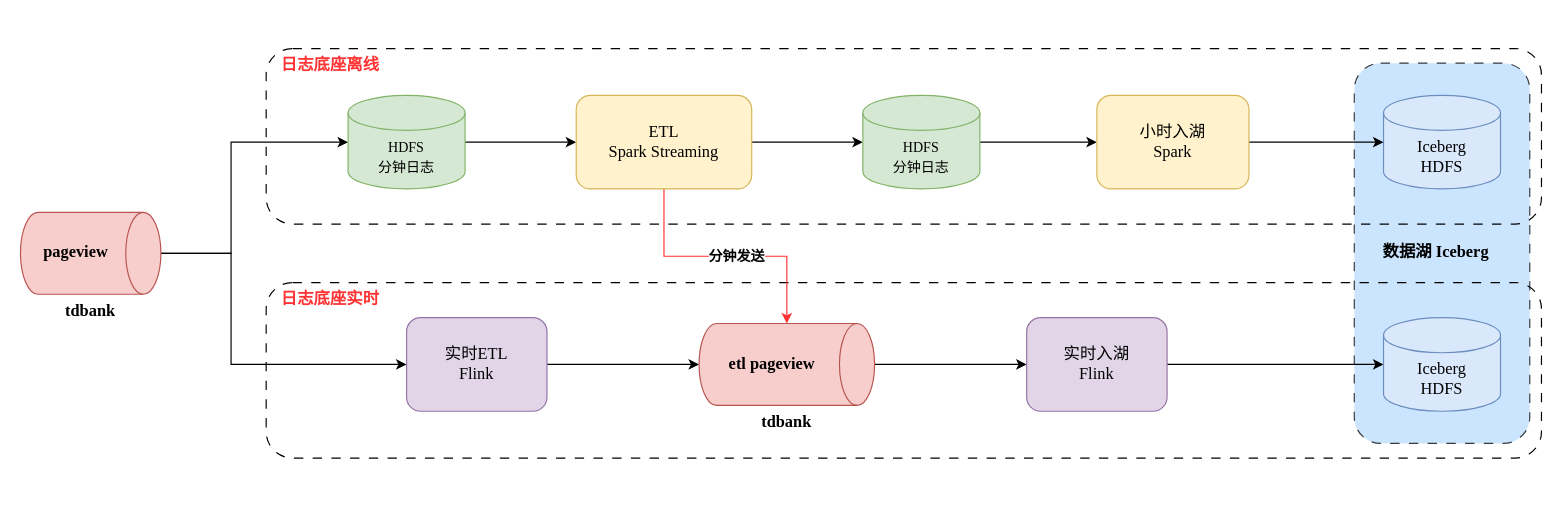
Earlier version of the draw.io diagram etl_pageview_streaming.drawio (WindLeeWT/Misc). Source tidied: cells renumbered, new cells numbered last; positions are measured from the earlier drawing's top-left corner, leaving out a move shared by most shapes. Both pictures are drawn from the tidied source at 117%, with x=0, y=0 at pixel (20, 48).
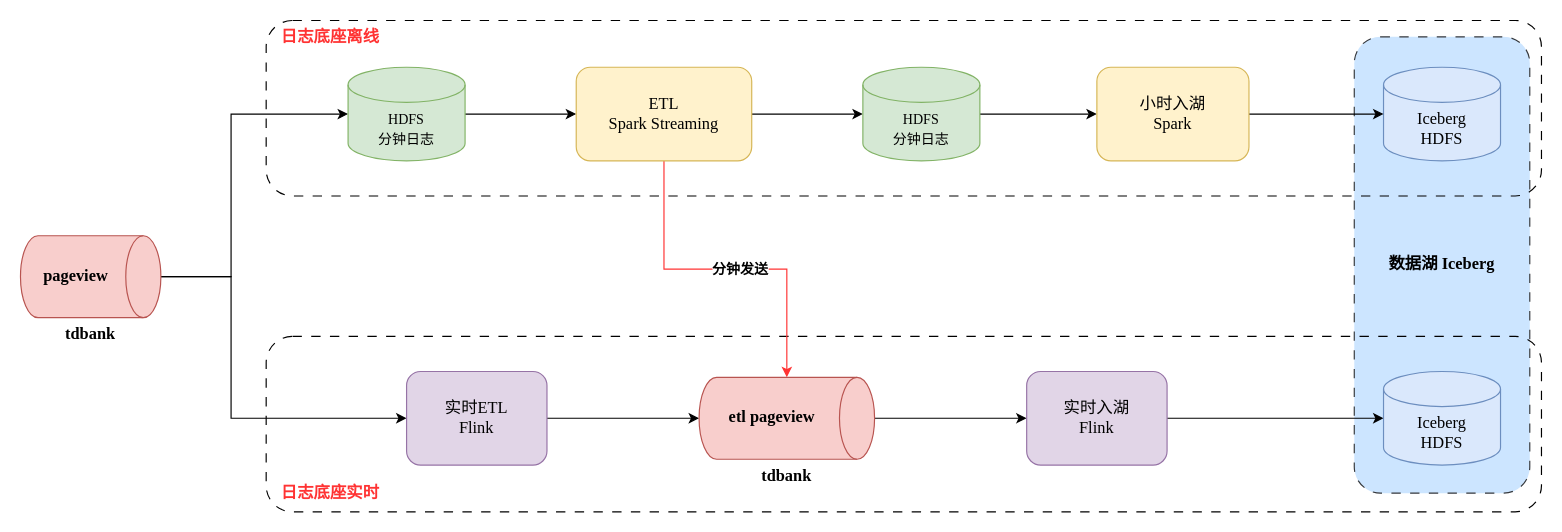
The same diagram, later.

What changed in the source:
```diff
@@
     <mxCell id="2" style="rounded=1;whiteSpace=wrap;html=1;fontFamily=Times New Roman;fontSize=14;fillColor=#cce5ff;dashed=1;dashPattern=8 8;strokeColor=#36393d;" parent="1" vertex="1">
-      <mxGeometry x="1140" y="12.5" width="150" height="325" as="geometry" />
+      <mxGeometry x="1140" y="-10" width="150" height="390" as="geometry" />
     </mxCell>
     <mxCell id="3" style="rounded=1;whiteSpace=wrap;html=1;fontFamily=Times New Roman;fontSize=14;fillColor=none;dashed=1;dashPattern=8 8;" parent="1" vertex="1">
-      <mxGeometry x="210" y="200" width="1090" height="150" as="geometry" />
+      <mxGeometry x="210" y="246" width="1090" height="150" as="geometry" />
     </mxCell>
     <mxCell id="4" style="rounded=1;whiteSpace=wrap;html=1;fontFamily=Times New Roman;fontSize=14;fillColor=none;dashed=1;dashPattern=8 8;" parent="1" vertex="1">
-      <mxGeometry x="210" width="1090" height="150" as="geometry" />
+      <mxGeometry x="210" y="-24" width="1090" height="150" as="geometry" />
     </mxCell>
-    <mxCell id="5" style="edgeStyle=orthogonalEdgeStyle;rounded=0;jettySize=auto;html=1;exitX=0.5;exitY=0;exitDx=0;exitDy=0;exitPerimeter=0;entryX=0;entryY=0.5;entryDx=0;entryDy=0;entryPerimeter=0;fontFamily=Times New Roman;fontSize=14;" parent="1" edge="1" source="7" target="9">
+    <mxCell id="5" style="edgeStyle=orthogonalEdgeStyle;rounded=0;jettySize=auto;html=1;exitX=0.5;exitY=0;exitDx=0;exitDy=0;exitPerimeter=0;entryX=0;entryY=0.5;entryDx=0;entryDy=0;entryPerimeter=0;strokeColor=#000000;fontFamily=Georgia;fontSize=12;fontColor=#000000;" parent="1" edge="1" source="7" target="9">
       <mxGeometry relative="1" as="geometry">
         <Array as="points">
-          <mxPoint x="180" y="175" />
-          <mxPoint x="180" y="80" />
+          <mxPoint x="180" y="195" />
+          <mxPoint x="180" y="56" />
         </Array>
       </mxGeometry>
     </mxCell>
-    <mxCell id="6" style="edgeStyle=orthogonalEdgeStyle;rounded=0;jettySize=auto;html=1;exitX=0.5;exitY=0;exitDx=0;exitDy=0;exitPerimeter=0;entryX=0;entryY=0.5;entryDx=0;entryDy=0;fontFamily=Times New Roman;fontSize=14;fontColor=#FF3333;" parent="1" edge="1" source="7" target="21">
+    <mxCell id="6" style="edgeStyle=orthogonalEdgeStyle;rounded=0;jettySize=auto;html=1;exitX=0.5;exitY=0;exitDx=0;exitDy=0;exitPerimeter=0;entryX=0;entryY=0.5;entryDx=0;entryDy=0;strokeColor=#000000;fontFamily=Georgia;fontSize=12;fontColor=#000000;" parent="1" edge="1" source="7" target="21">
       <mxGeometry relative="1" as="geometry">
         <Array as="points">
-          <mxPoint x="180" y="175" />
-          <mxPoint x="180" y="270" />
+          <mxPoint x="180" y="195" />
+          <mxPoint x="180" y="316" />
         </Array>
       </mxGeometry>
     </mxCell>
     <mxCell id="7" value="&lt;font style=&quot;font-size: 14px;&quot; face=&quot;Times New Roman&quot;&gt;&lt;b&gt;pageview&lt;/b&gt;&lt;/font&gt;" style="shape=cylinder3;whiteSpace=wrap;html=1;boundedLbl=1;backgroundOutline=1;size=15;direction=south;fillColor=#f8cecc;strokeColor=#b85450;" parent="1" vertex="1">
-      <mxGeometry y="140" width="120" height="70" as="geometry" />
+      <mxGeometry y="160" width="120" height="70" as="geometry" />
     </mxCell>
@@
     <mxCell id="9" value="&lt;font style=&quot;font-size: 12px;&quot;&gt;HDFS&lt;br&gt;分钟日志&lt;/font&gt;" style="shape=cylinder3;whiteSpace=wrap;html=1;boundedLbl=1;backgroundOutline=1;size=15;fontFamily=Times New Roman;fontSize=14;fillColor=#d5e8d4;strokeColor=#82b366;" parent="1" vertex="1">
-      <mxGeometry x="280" y="40" width="100" height="80" as="geometry" />
+      <mxGeometry x="280" y="16" width="100" height="80" as="geometry" />
     </mxCell>
@@
     <mxCell id="13" value="ETL&lt;br&gt;Spark Streaming" style="rounded=1;whiteSpace=wrap;html=1;fontFamily=Times New Roman;fontSize=14;fillColor=#fff2cc;strokeColor=#d6b656;" parent="1" vertex="1">
-      <mxGeometry x="475" y="40" width="150" height="80" as="geometry" />
+      <mxGeometry x="475" y="16" width="150" height="80" as="geometry" />
     </mxCell>
@@
     <mxCell id="15" value="&lt;font style=&quot;font-size: 12px;&quot;&gt;HDFS&lt;br style=&quot;border-color: var(--border-color);&quot;&gt;分钟日志&lt;/font&gt;" style="shape=cylinder3;whiteSpace=wrap;html=1;boundedLbl=1;backgroundOutline=1;size=15;fontFamily=Times New Roman;fontSize=14;fillColor=#d5e8d4;strokeColor=#82b366;" parent="1" vertex="1">
-      <mxGeometry x="720" y="40" width="100" height="80" as="geometry" />
+      <mxGeometry x="720" y="16" width="100" height="80" as="geometry" />
     </mxCell>
     <mxCell id="16" value="Iceberg&lt;br&gt;HDFS" style="shape=cylinder3;whiteSpace=wrap;html=1;boundedLbl=1;backgroundOutline=1;size=15;fontFamily=Times New Roman;fontSize=14;fillColor=#dae8fc;strokeColor=#6c8ebf;" parent="1" vertex="1">
-      <mxGeometry x="1165" y="40" width="100" height="80" as="geometry" />
+      <mxGeometry x="1165" y="16" width="100" height="80" as="geometry" />
     </mxCell>
@@
     <mxCell id="18" value="小时入湖&lt;br&gt;Spark" style="rounded=1;whiteSpace=wrap;html=1;fontFamily=Times New Roman;fontSize=14;fillColor=#fff2cc;strokeColor=#d6b656;" parent="1" vertex="1">
-      <mxGeometry x="920" y="40" width="130" height="80" as="geometry" />
+      <mxGeometry x="920" y="16" width="130" height="80" as="geometry" />
     </mxCell>
     <mxCell id="19" value="&lt;b&gt;&lt;font color=&quot;#ff3333&quot;&gt;日志底座离线&lt;/font&gt;&lt;/b&gt;" style="text;html=1;strokeColor=none;fillColor=none;align=center;verticalAlign=middle;whiteSpace=wrap;rounded=0;dashed=1;dashPattern=8 8;fontFamily=Times New Roman;fontSize=14;" parent="1" vertex="1">
-      <mxGeometry x="220" width="90" height="30" as="geometry" />
+      <mxGeometry x="220" y="-24" width="90" height="30" as="geometry" />
     </mxCell>
@@
     <mxCell id="21" value="实时ETL&lt;br&gt;Flink" style="rounded=1;whiteSpace=wrap;html=1;fontFamily=Times New Roman;fontSize=14;fillColor=#e1d5e7;strokeColor=#9673a6;" parent="1" vertex="1">
-      <mxGeometry x="330" y="230" width="120" height="80" as="geometry" />
+      <mxGeometry x="330" y="276" width="120" height="80" as="geometry" />
     </mxCell>
@@
     <mxCell id="23" value="&lt;font style=&quot;font-size: 14px;&quot; face=&quot;Times New Roman&quot;&gt;&lt;b&gt;etl pageview&lt;/b&gt;&lt;/font&gt;" style="shape=cylinder3;whiteSpace=wrap;html=1;boundedLbl=1;backgroundOutline=1;size=15;direction=south;fillColor=#f8cecc;strokeColor=#b85450;fillStyle=auto;shadow=0;" parent="1" vertex="1">
-      <mxGeometry x="580" y="235" width="150" height="70" as="geometry" />
+      <mxGeometry x="580" y="281" width="150" height="70" as="geometry" />
     </mxCell>
@@
     <mxCell id="25" value="实时入湖&lt;br&gt;Flink" style="rounded=1;whiteSpace=wrap;html=1;fontFamily=Times New Roman;fontSize=14;fillColor=#e1d5e7;strokeColor=#9673a6;" parent="1" vertex="1">
-      <mxGeometry x="860" y="230" width="120" height="80" as="geometry" />
+      <mxGeometry x="860" y="276" width="120" height="80" as="geometry" />
     </mxCell>
     <mxCell id="26" value="Iceberg&lt;br style=&quot;border-color: var(--border-color);&quot;&gt;HDFS" style="shape=cylinder3;whiteSpace=wrap;html=1;boundedLbl=1;backgroundOutline=1;size=15;fontFamily=Times New Roman;fontSize=14;fillColor=#dae8fc;strokeColor=#6c8ebf;" parent="1" vertex="1">
-      <mxGeometry x="1165" y="230" width="100" height="80" as="geometry" />
+      <mxGeometry x="1165" y="276" width="100" height="80" as="geometry" />
     </mxCell>
     <mxCell id="27" value="&lt;b&gt;&lt;font color=&quot;#ff3333&quot;&gt;日志底座实时&lt;/font&gt;&lt;/b&gt;" style="text;html=1;strokeColor=none;fillColor=none;align=center;verticalAlign=middle;whiteSpace=wrap;rounded=0;dashed=1;dashPattern=8 8;fontFamily=Times New Roman;fontSize=14;" parent="1" vertex="1">
-      <mxGeometry x="220" y="200" width="90" height="30" as="geometry" />
+      <mxGeometry x="220" y="366" width="90" height="30" as="geometry" />
     </mxCell>
     <mxCell id="28" value="&lt;b&gt;&lt;font color=&quot;#000000&quot;&gt;数据湖 Iceberg&lt;/font&gt;&lt;/b&gt;" style="text;html=1;strokeColor=none;fillColor=none;align=center;verticalAlign=middle;whiteSpace=wrap;rounded=0;dashed=1;dashPattern=8 8;fontFamily=Times New Roman;fontSize=14;fontColor=#FF3333;" parent="1" vertex="1">
-      <mxGeometry x="1155" y="160" width="110" height="30" as="geometry" />
+      <mxGeometry x="1160" y="165" width="110" height="40" as="geometry" />
     </mxCell>
     <mxCell id="29" value="&lt;b&gt;tdbank&lt;/b&gt;" style="text;html=1;strokeColor=none;fillColor=none;align=center;verticalAlign=middle;whiteSpace=wrap;rounded=0;shadow=0;dashed=1;dashPattern=8 8;sketch=0;fillStyle=auto;fontFamily=Times New Roman;fontSize=14;fontColor=#000000;" parent="1" vertex="1">
-      <mxGeometry x="30" y="210" width="60" height="30" as="geometry" />
+      <mxGeometry x="30" y="230" width="60" height="30" as="geometry" />
     </mxCell>
     <mxCell id="30" value="&lt;b&gt;tdbank&lt;/b&gt;" style="text;html=1;strokeColor=none;fillColor=none;align=center;verticalAlign=middle;whiteSpace=wrap;rounded=0;shadow=0;dashed=1;dashPattern=8 8;sketch=0;fillStyle=auto;fontFamily=Times New Roman;fontSize=14;fontColor=#000000;" parent="1" vertex="1">
-      <mxGeometry x="625" y="305" width="60" height="30" as="geometry" />
+      <mxGeometry x="625" y="351" width="60" height="30" as="geometry" />
     </mxCell>
```
